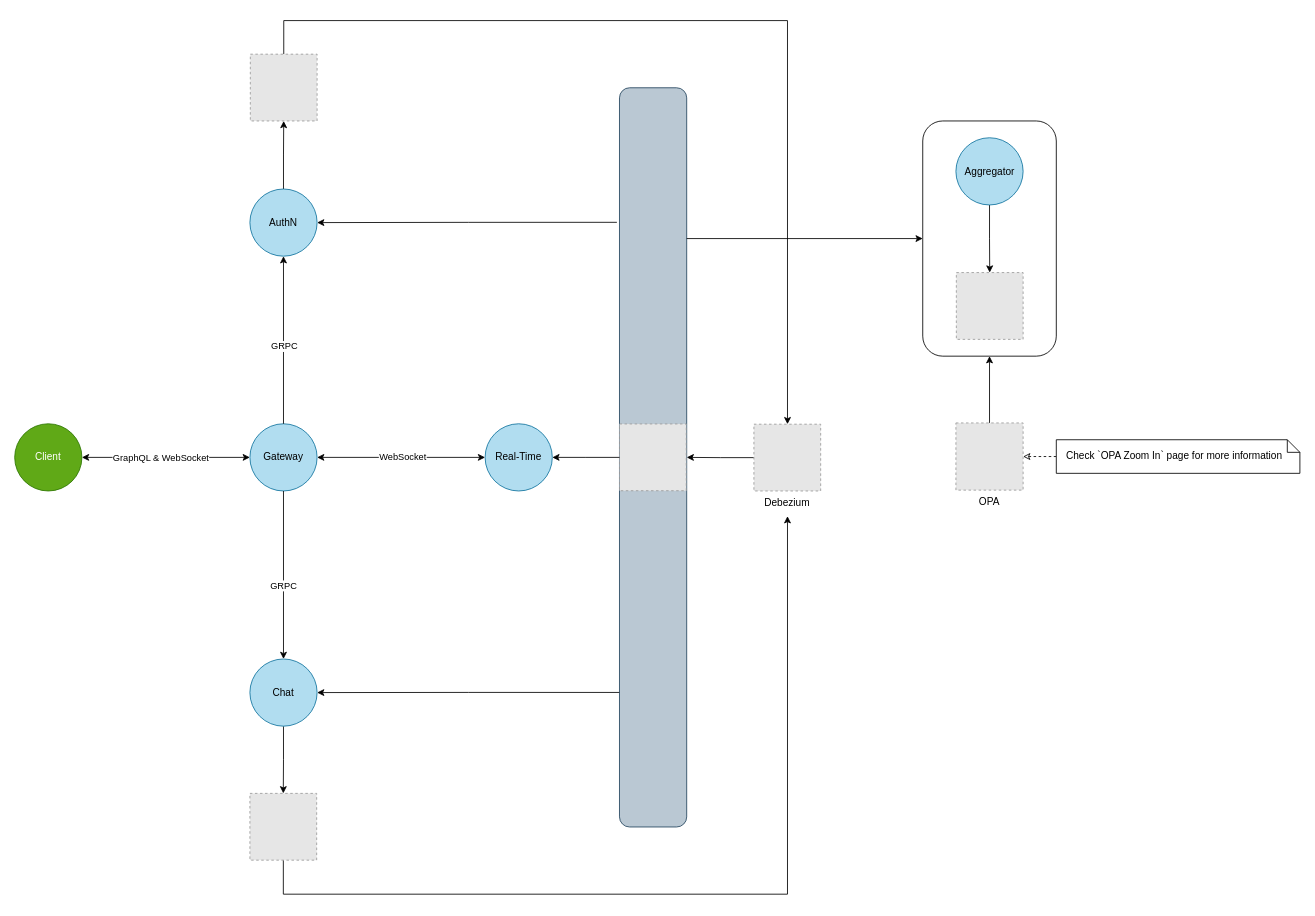
Kirlos-Melad/Veigo-Chat keeps this draw.io diagram as page "Architecture Zoom Out" (1 of 2) of documentation/Overview Architecture.drawio. Above is the earlier version. Source tidied: cells renumbered, new cells numbered last; positions are measured from the earlier drawing's top-left corner, leaving out a move shared by most shapes. Both pictures are drawn from the tidied source at 84%, with x=0, y=0 at pixel (14, 20). Pictures stored in the file or linked from it are replaced by grey dashed boxes.
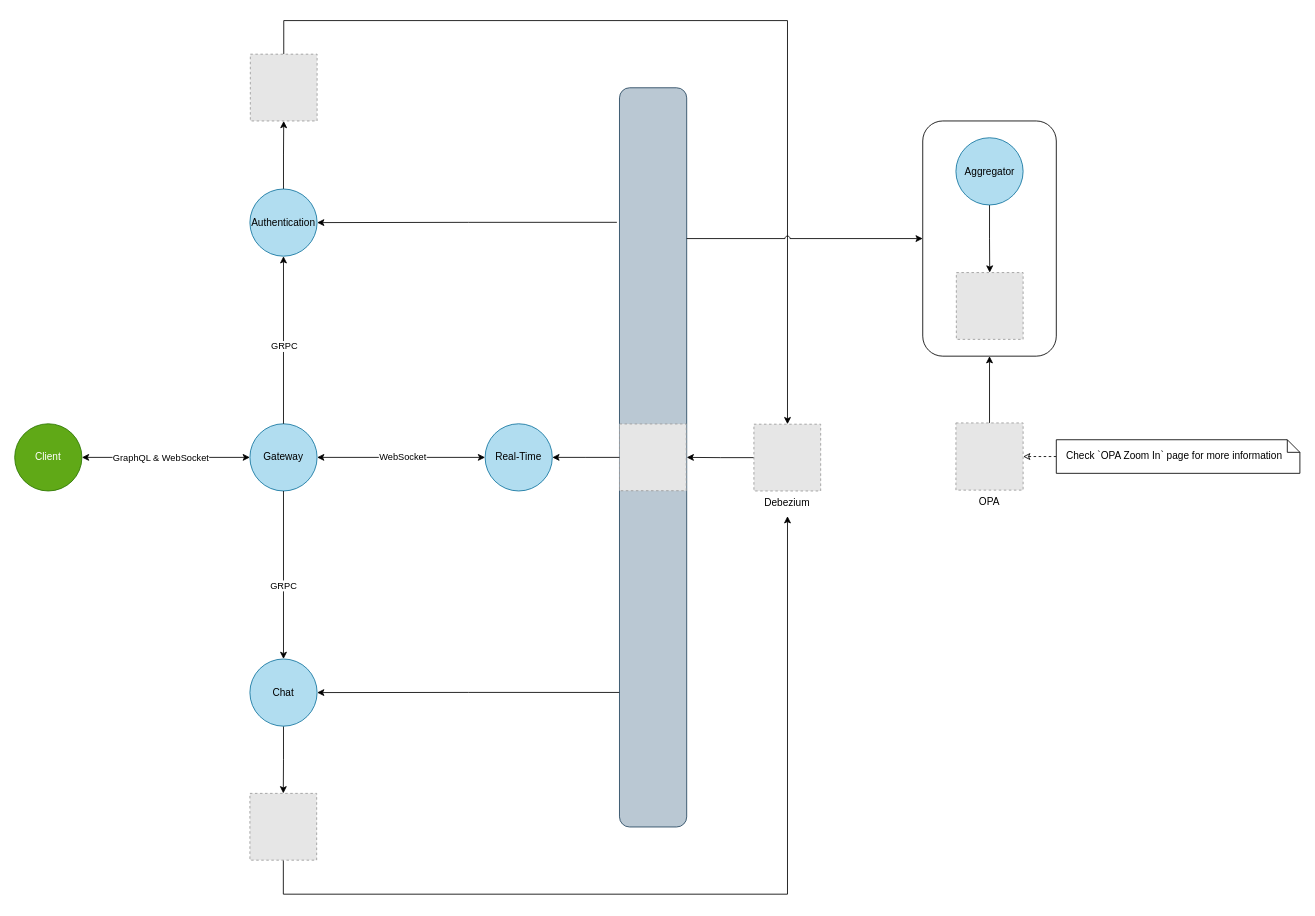
After the change.

Unchanged cells that the change refers to:
```xml
<mxCell id="26" style="rounded=1;whiteSpace=wrap;html=1;fillColor=#bac8d3;strokeColor=#23445d;" parent="25" vertex="1">
  <mxGeometry width="80" height="880" as="geometry" />
</mxCell>
<mxCell id="29" style="rounded=1;whiteSpace=wrap;html=1;fillColor=none;" parent="28" vertex="1">
  <mxGeometry width="159" height="280" as="geometry" />
</mxCell>
```

Diff of the diagram source:
```diff
@@
-    <mxCell id="5" value="AuthN" style="ellipse;whiteSpace=wrap;html=1;fillColor=#b1ddf0;strokeColor=#10739e;" parent="1" vertex="1">
+    <mxCell id="5" value="Authentication" style="ellipse;whiteSpace=wrap;html=1;fillColor=#b1ddf0;strokeColor=#10739e;" parent="1" vertex="1">
       <mxGeometry x="280" y="200.5" width="80" height="80" as="geometry" />
     </mxCell>
@@
-    <mxCell id="36" style="edgeStyle=orthogonalEdgeStyle;rounded=0;jettySize=auto;html=1;exitX=1;exitY=0.204;exitDx=0;exitDy=0;exitPerimeter=0;" parent="1" edge="1" source="26" target="29">
+    <mxCell id="36" style="edgeStyle=orthogonalEdgeStyle;rounded=0;jettySize=auto;html=1;exitX=1;exitY=0.204;exitDx=0;exitDy=0;exitPerimeter=0;jumpStyle=arc;" parent="1" edge="1" source="26" target="29">
       <mxGeometry relative="1" as="geometry" />
     </mxCell>
```
